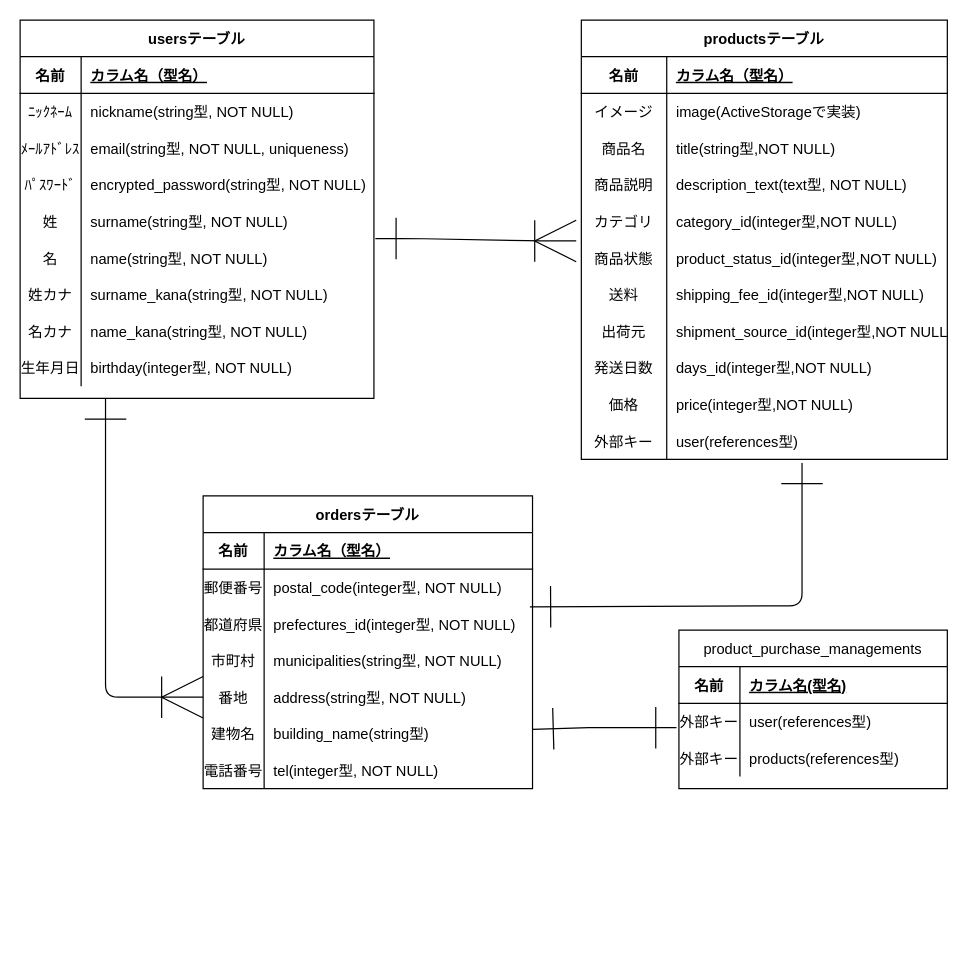
Before: DBdesign.dio in Sazami4423/furima-28477, a draw.io diagram. Source tidied: cells renumbered, new cells numbered last; positions are measured from the earlier drawing's top-left corner, leaving out a move shared by most shapes. Both pictures are drawn from the tidied source at 122%, with x=0, y=0 at pixel (20, 20).
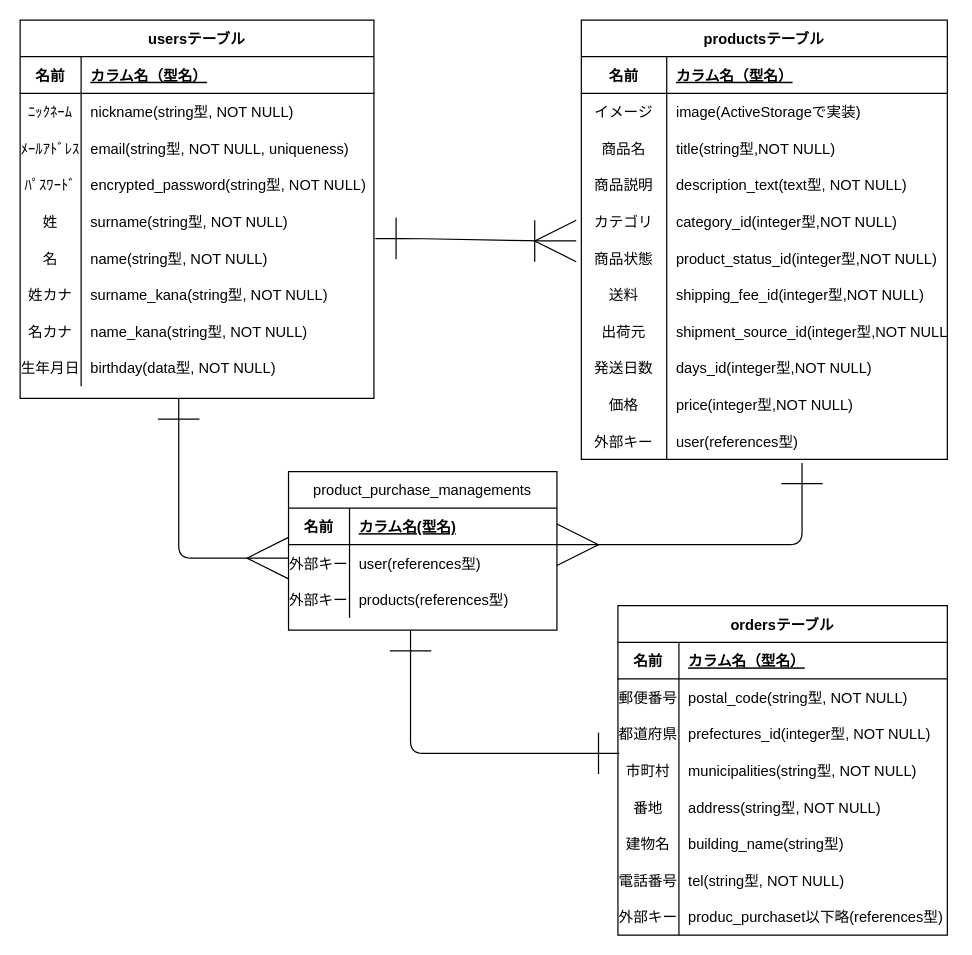
The same diagram, later.

The change refers to these unchanged cells:
```xml
<mxCell id="33" style="shape=partialRectangle;fillColor=none;top=0;left=0;bottom=0;right=0;points=[[0,0.5],[1,0.5]];portConstraint=eastwest;" parent="2" vertex="1">
  <mxGeometry y="330" width="300" height="30" as="geometry" />
</mxCell>
<mxCell id="40" style="shape=partialRectangle;fillColor=none;top=0;left=0;bottom=0;right=0;" parent="36" vertex="1">
  <mxGeometry y="60" width="270" height="30" as="geometry" />
</mxCell>
<mxCell id="43" style="shape=partialRectangle;fillColor=none;top=0;left=0;bottom=0;right=0;points=[[0,0.5],[1,0.5]];portConstraint=eastwest;" parent="36" vertex="1">
  <mxGeometry y="90" width="270" height="30" as="geometry" />
</mxCell>
<mxCell id="46" style="shape=partialRectangle;fillColor=none;top=0;left=0;bottom=0;right=0;points=[[0,0.5],[1,0.5]];portConstraint=eastwest;" parent="36" vertex="1">
  <mxGeometry y="120" width="270" height="30" as="geometry" />
</mxCell>
<mxCell id="49" style="shape=partialRectangle;fillColor=none;top=0;left=0;bottom=0;right=0;points=[[0,0.5],[1,0.5]];portConstraint=eastwest;" parent="36" vertex="1">
  <mxGeometry y="150" width="270" height="30" as="geometry" />
</mxCell>
<mxCell id="52" style="shape=partialRectangle;fillColor=none;top=0;left=0;bottom=0;right=0;points=[[0,0.5],[1,0.5]];portConstraint=eastwest;" parent="36" vertex="1">
  <mxGeometry y="180" width="270" height="30" as="geometry" />
</mxCell>
<mxCell id="55" style="shape=partialRectangle;fillColor=none;top=0;left=0;bottom=0;right=0;" parent="36" vertex="1">
  <mxGeometry y="210" width="270" height="30" as="geometry" />
</mxCell>
<mxCell id="83" style="shape=partialRectangle;fillColor=none;top=0;left=0;bottom=0;right=0;" parent="58" vertex="1">
  <mxGeometry y="270" width="290" height="30" as="geometry" />
</mxCell>
<mxCell id="93" style="shape=partialRectangle;fillColor=none;top=0;left=0;bottom=0;right=0;points=[[0,0.5],[1,0.5]];portConstraint=eastwest;" parent="89" vertex="1">
  <mxGeometry y="60" width="220" height="30" as="geometry" />
</mxCell>
```

Diff of the diagram source:
```diff
@@
     <mxCell id="36" value="ordersテーブル" style="shape=table;startSize=30;childLayout=tableLayout;rowLines=0;fontStyle=1;align=center;" parent="1" vertex="1">
-      <mxGeometry x="150" y="390" width="270" height="240" as="geometry" />
+      <mxGeometry x="490" y="480" width="270" height="270" as="geometry" />
     </mxCell>
@@
-    <mxCell id="42" value="postal_code(integer型, NOT NULL)" style="shape=partialRectangle;fillColor=none;top=0;left=0;bottom=0;right=0;align=left;spacingLeft=6;overflow=hidden;" parent="40" vertex="1">
+    <mxCell id="42" value="postal_code(string型, NOT NULL)" style="shape=partialRectangle;fillColor=none;top=0;left=0;bottom=0;right=0;align=left;spacingLeft=6;overflow=hidden;" parent="40" vertex="1">
       <mxGeometry x="50" width="220" height="30" as="geometry" />
     </mxCell>
@@
-    <mxCell id="57" value="tel(integer型, NOT NULL)" style="shape=partialRectangle;fillColor=none;top=0;left=0;bottom=0;right=0;align=left;spacingLeft=6;overflow=hidden;" parent="55" vertex="1">
+    <mxCell id="57" value="tel(string型, NOT NULL)" style="shape=partialRectangle;fillColor=none;top=0;left=0;bottom=0;right=0;align=left;spacingLeft=6;overflow=hidden;" parent="55" vertex="1">
       <mxGeometry x="50" width="220" height="30" as="geometry" />
     </mxCell>
+    <mxCell id="101" style="shape=partialRectangle;fillColor=none;top=0;left=0;bottom=0;right=0;" parent="36" vertex="1">
+      <mxGeometry y="240" width="270" height="30" as="geometry" />
+    </mxCell>
+    <mxCell id="102" value="外部キー" style="shape=partialRectangle;fillColor=none;top=0;left=0;bottom=0;right=0;overflow=hidden;" parent="101" vertex="1">
+      <mxGeometry width="50" height="30" as="geometry" />
+    </mxCell>
+    <mxCell id="103" value="produc_purchaset以下略(references型)" style="shape=partialRectangle;fillColor=none;top=0;left=0;bottom=0;right=0;align=left;spacingLeft=6;overflow=hidden;" parent="101" vertex="1">
+      <mxGeometry x="50" width="220" height="30" as="geometry" />
+    </mxCell>
@@
-    <mxCell id="85" value="birthday(integer型, NOT NULL)" style="shape=partialRectangle;fillColor=none;top=0;left=0;bottom=0;right=0;align=left;spacingLeft=6;overflow=hidden;" parent="83" vertex="1">
+    <mxCell id="85" value="birthday(data型, NOT NULL)" style="shape=partialRectangle;fillColor=none;top=0;left=0;bottom=0;right=0;align=left;spacingLeft=6;overflow=hidden;" parent="83" vertex="1">
       <mxGeometry x="50" width="240" height="30" as="geometry" />
     </mxCell>
@@
-    <mxCell id="87" style="edgeStyle=orthogonalEdgeStyle;fontSize=12;html=1;endArrow=ERone;startArrow=ERone;targetPerimeterSpacing=11;endSize=32;startSize=32;startFill=0;endFill=0;exitX=0.992;exitY=0.033;exitDx=0;exitDy=0;exitPerimeter=0;entryX=0.603;entryY=1.1;entryDx=0;entryDy=0;entryPerimeter=0;" parent="1" edge="1" source="43" target="33">
+    <mxCell id="87" style="edgeStyle=orthogonalEdgeStyle;fontSize=12;html=1;endArrow=ERone;startArrow=ERmany;targetPerimeterSpacing=11;endSize=32;startSize=32;startFill=0;endFill=0;entryX=0.603;entryY=1.1;entryDx=0;entryDy=0;entryPerimeter=0;" parent="1" edge="1" source="93" target="33">
       <mxGeometry relative="1" as="geometry">
         <Array as="points">
-          <mxPoint x="641" y="480" />
+          <mxPoint x="641" y="430" />
         </Array>
       </mxGeometry>
     </mxCell>
-    <mxCell id="88" style="edgeStyle=orthogonalEdgeStyle;fontSize=12;html=1;endArrow=ERoneToMany;startArrow=ERone;strokeWidth=1;endSize=32;startSize=32;startFill=0;entryX=0;entryY=0.5;entryDx=0;entryDy=0;" parent="1" edge="1" target="49">
-      <mxGeometry relative="1" as="geometry">
-        <mxPoint x="70" y="310" as="sourcePoint" />
-        <Array as="points">
-          <mxPoint x="70" y="310" />
-          <mxPoint x="70" y="545" />
-        </Array>
-      </mxGeometry>
-    </mxCell>
     <mxCell id="89" value="product_purchase_managements" style="shape=table;startSize=30;childLayout=tableLayout;rowLines=0;fontStyle=0;align=center;" parent="1" vertex="1">
-      <mxGeometry x="540" y="500" width="220" height="130" as="geometry" />
+      <mxGeometry x="220" y="370" width="220" height="130" as="geometry" />
     </mxCell>
@@
-    <mxCell id="99" style="endArrow=ERone;html=1;rounded=0;startArrow=ERone;startFill=0;endFill=0;endSize=32;startSize=32;" parent="1" edge="1" source="52">
-      <mxGeometry relative="1" as="geometry">
-        <mxPoint x="538" y="580" as="targetPoint" />
-        <Array as="points">
-          <mxPoint x="466" y="580" />
-        </Array>
-      </mxGeometry>
-    </mxCell>
-    <mxCell id="100" style="html=1;align=right;verticalAlign=bottom;" parent="99" vertex="1">
-      <mxGeometry x="1" relative="1" as="geometry" />
-    </mxCell>
+    <mxCell id="104" style="edgeStyle=orthogonalEdgeStyle;fontSize=12;html=1;endArrow=ERone;endFill=0;entryX=0.004;entryY=0.033;entryDx=0;entryDy=0;entryPerimeter=0;endSize=32;startSize=32;startArrow=ERone;startFill=0;" parent="1" edge="1" target="46">
+      <mxGeometry relative="1" as="geometry">
+        <mxPoint x="320" y="500" as="sourcePoint" />
+        <Array as="points">
+          <mxPoint x="320" y="601" />
+        </Array>
+      </mxGeometry>
+    </mxCell>
+    <mxCell id="105" style="edgeStyle=orthogonalEdgeStyle;fontSize=12;html=1;endArrow=ERmany;endFill=0;entryX=0.004;entryY=0.033;entryDx=0;entryDy=0;entryPerimeter=0;endSize=32;startSize=32;startArrow=ERone;startFill=0;" parent="1" edge="1">
+      <mxGeometry relative="1" as="geometry">
+        <mxPoint x="130" y="310" as="sourcePoint" />
+        <mxPoint x="220" y="441" as="targetPoint" />
+        <Array as="points">
+          <mxPoint x="130" y="340" />
+          <mxPoint x="130" y="441" />
+        </Array>
+      </mxGeometry>
+    </mxCell>
```
